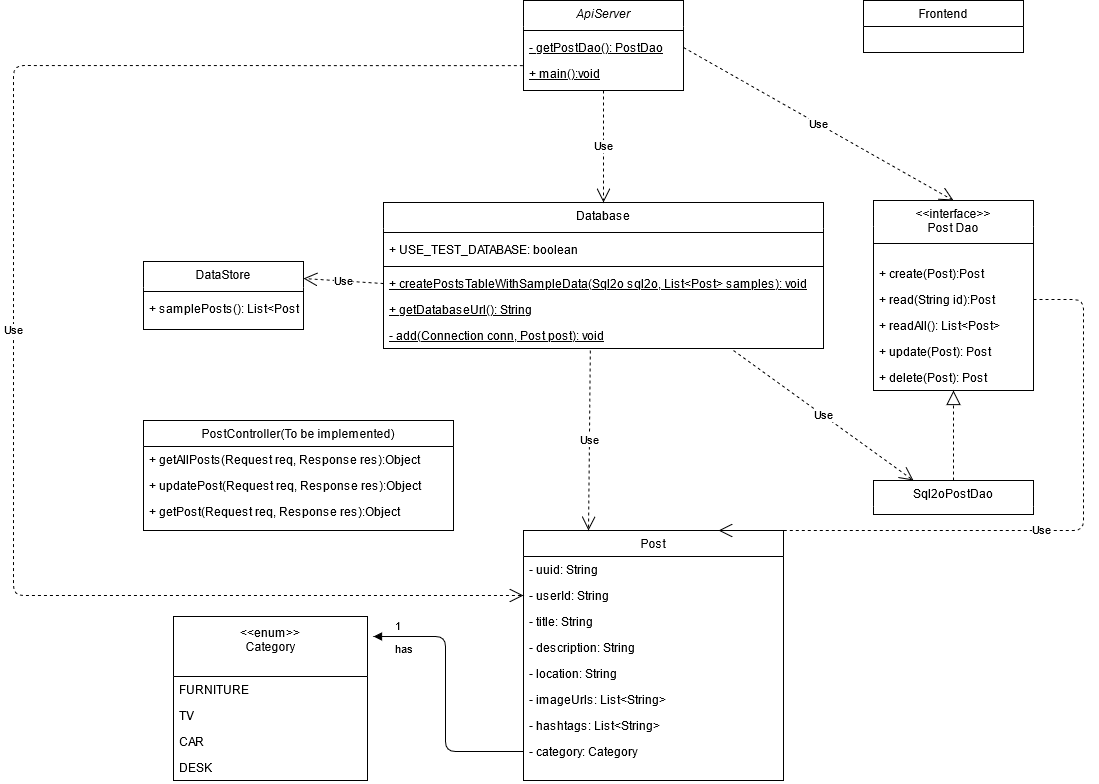
Above: docs/assets/UML/UML-iteration1.png in cs421sp21-OOSE/project-g09 (draw.io), before the change. Source tidied: cells renumbered, new cells last; positions are measured from the earlier drawing's top-left corner, leaving out a move shared by most shapes.
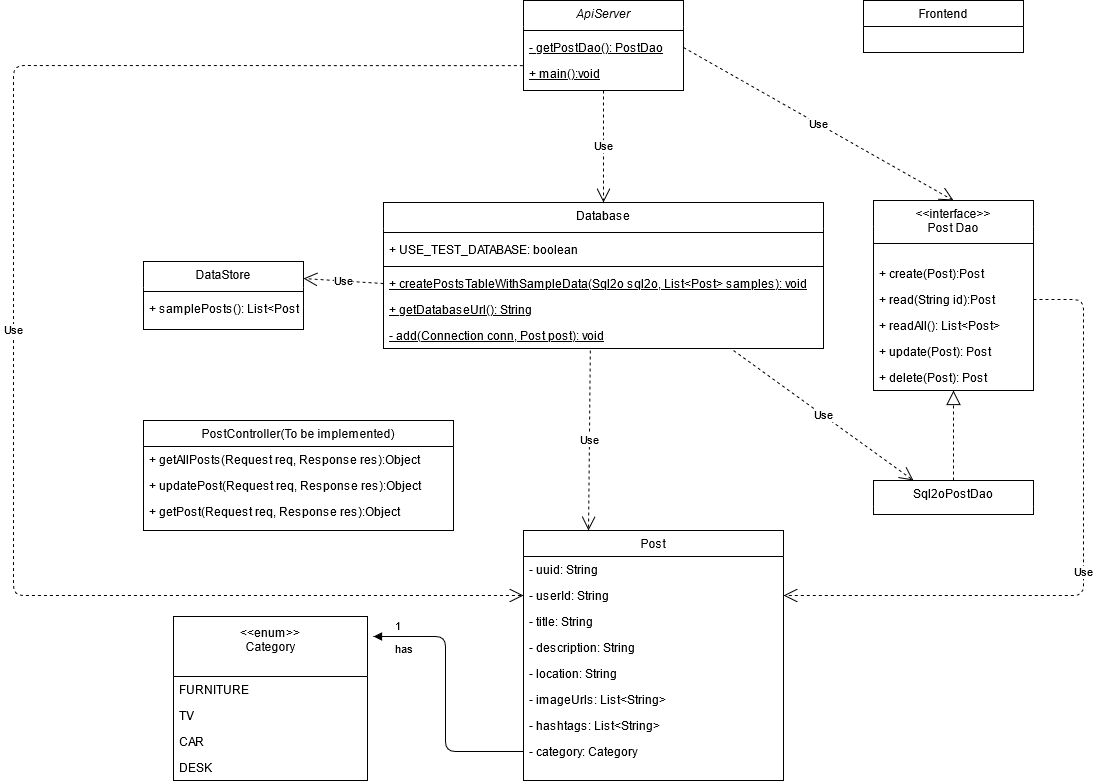
Above is the later version.

Commit message:
slightly arrange uml

Diff of the diagram source:
```diff
@@ -158,11 +158,11 @@
     <mxCell id="50" value="Use" style="endArrow=open;endSize=12;dashed=1;html=1;entryX=0.25;entryY=0;entryDx=0;entryDy=0;exitX=0.47;exitY=1.077;exitDx=0;exitDy=0;exitPerimeter=0;" parent="1" edge="1" source="16" target="26">
       <mxGeometry relative="1" as="geometry" />
     </mxCell>
-    <mxCell id="51" value="Use" style="endArrow=open;endSize=12;dashed=1;html=1;entryX=0.75;entryY=0;entryDx=0;entryDy=0;exitX=1;exitY=0.5;exitDx=0;exitDy=0;" parent="1" edge="1" source="21" target="26">
+    <mxCell id="51" value="Use" style="endArrow=open;endSize=12;dashed=1;html=1;entryX=1;entryY=0.5;entryDx=0;entryDy=0;exitX=1;exitY=0.5;exitDx=0;exitDy=0;" parent="1" edge="1" source="21" target="28">
       <mxGeometry relative="1" as="geometry">
         <Array as="points">
           <mxPoint x="1070" y="299" />
-          <mxPoint x="1070" y="530" />
+          <mxPoint x="1070" y="595" />
         </Array>
       </mxGeometry>
     </mxCell>
```
